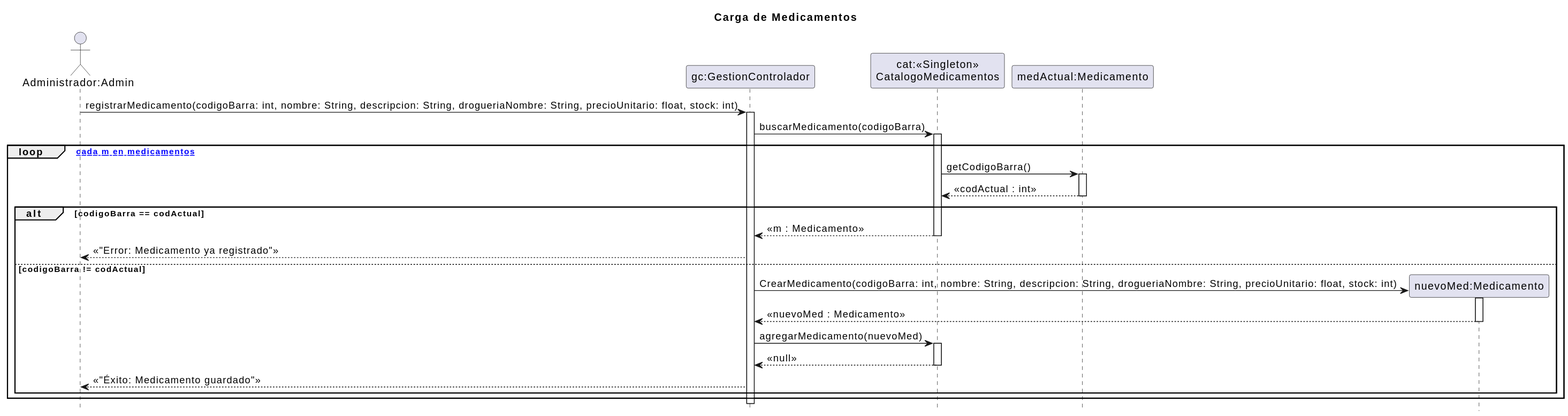
zEzequR/PF-I keeps this PlantUML diagram as 08 - Diagramas de Secuencia de Diseño/CargaMedicamentos/Carga_Medicamentos.svg. Above is the earlier version.
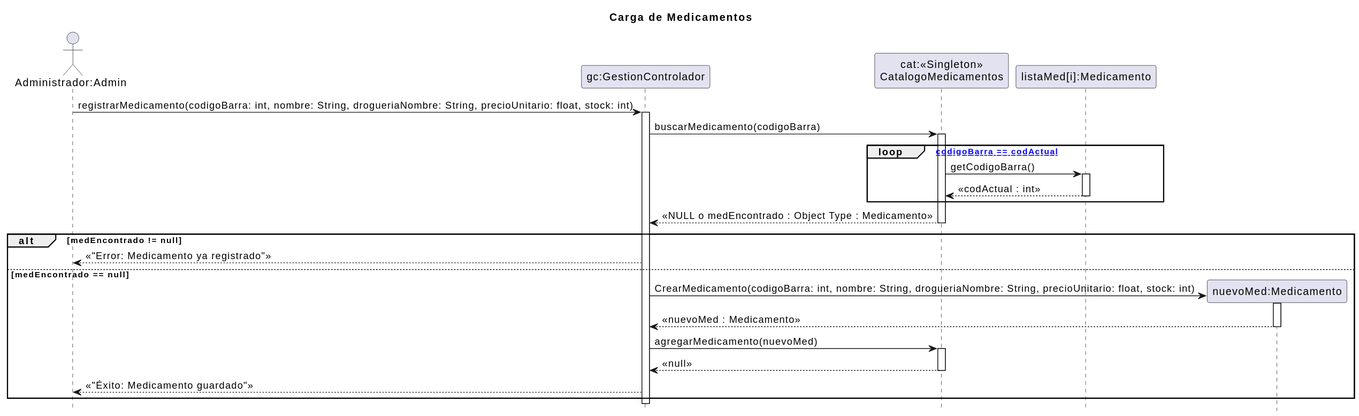
The same diagram one commit later.

Commit message:
Carga Med

The edit, as a diff of the source:
```diff
@@ -6,30 +6,32 @@
 actor "Administrador:Admin" as admin
 participant "gc:GestionControlador" as ctrl
 participant "cat:<<Singleton>>\nCatalogoMedicamentos" as cat
-participant "medActual:Medicamento" as med_actual
+participant "listaMed[i]:Medicamento" as med_actual
 
-admin -> ctrl : registrarMedicamento(codigoBarra: int, nombre: String, descripcion: String, drogueriaNombre: String, precioUnitario: float, stock: int)
+admin -> ctrl : registrarMedicamento(codigoBarra: int, nombre: String, drogueriaNombre: String, precioUnitario: float, stock: int)
 activate ctrl
 
 ctrl -> cat : buscarMedicamento(codigoBarra)
 activate cat
 
-loop [para cada m en medicamentos]
+loop [hasta codigoBarra == codActual]
     cat -> med_actual : getCodigoBarra()
     activate med_actual
     med_actual --> cat : << codActual : int >>
     deactivate med_actual
+end
 
-    alt codigoBarra == codActual
-        cat --> ctrl : << m : Medicamento >>
-        deactivate cat
+cat --> ctrl : << NULL o medEncontrado : Object Type : Medicamento >>
+deactivate cat
+
+    alt medEncontrado != null
         ctrl --> admin : << "Error: Medicamento ya registrado" >>
 
-    else codigoBarra != codActual
+    else medEncontrado == null
         deactivate cat
 
         create participant "nuevoMed:Medicamento" as nuevo_med
-        ctrl -> nuevo_med : CrearMedicamento(codigoBarra: int, nombre: String, descripcion: String, drogueriaNombre: String, precioUnitario: float, stock: int)
+        ctrl -> nuevo_med : CrearMedicamento(codigoBarra: int, nombre: String, drogueriaNombre: String, precioUnitario: float, stock: int)
         activate nuevo_med
         nuevo_med --> ctrl : << nuevoMed : Medicamento >>
         deactivate nuevo_med
@@ -41,7 +43,6 @@
 
         ctrl --> admin : << "Éxito: Medicamento guardado" >>
     end
-end
 
 deactivate ctrl
 @enduml
```
